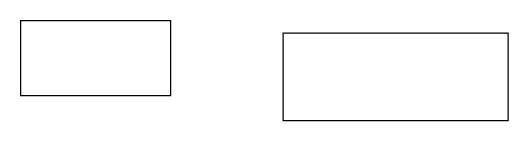
The draw.io diagram Untitled Diagram.drawio in chenxicx/test, before the edit. Source tidied: cells renumbered, new cells numbered last; positions are measured from the earlier drawing's top-left corner, leaving out a move shared by most shapes. Both pictures are drawn from the tidied source at 125%, with x=0, y=0 at pixel (20, 20).
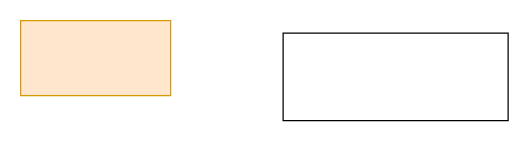
After the change.

The edit, as a diff of the source:
```diff
@@
 <mxGraphModel>
   <root>
     <mxCell id="0" />
     <mxCell id="1" parent="0" />
     <mxCell id="2" style="rounded=0;whiteSpace=wrap;html=1;" parent="1" vertex="1">
       <mxGeometry x="210" y="10" width="180" height="70" as="geometry" />
     </mxCell>
-    <mxCell id="3" style="rounded=0;whiteSpace=wrap;html=1;" parent="1" vertex="1">
+    <mxCell id="3" style="rounded=0;whiteSpace=wrap;html=1;fillColor=#ffe6cc;strokeColor=#d79b00;" parent="1" vertex="1">
       <mxGeometry width="120" height="60" as="geometry" />
     </mxCell>
   </root>
 </mxGraphModel>
```
